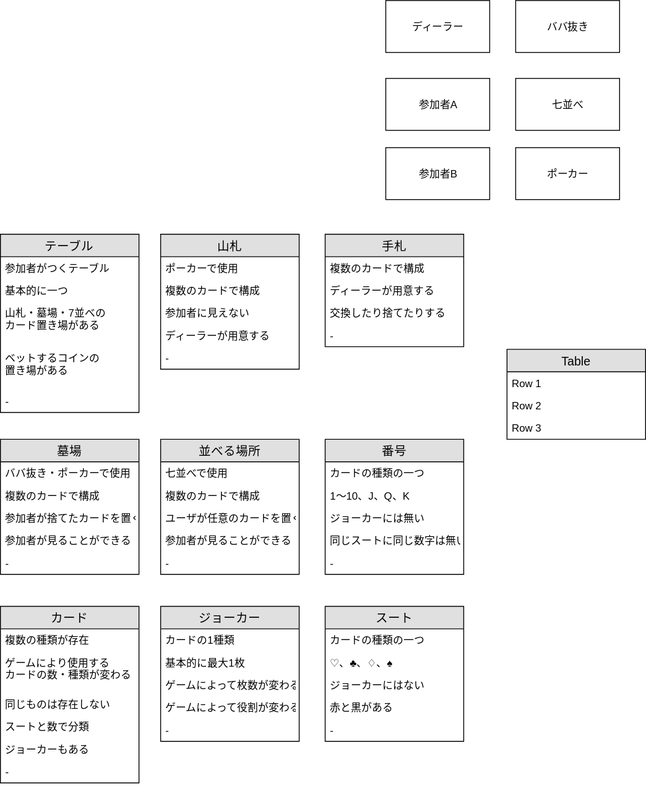
This is image3.svg from sakurazuka/oop-practice002, a draw.io export, as it was before one commit. Source tidied: cells renumbered, new cells last; positions are measured from the earlier drawing's top-left corner, leaving out a move shared by most shapes.
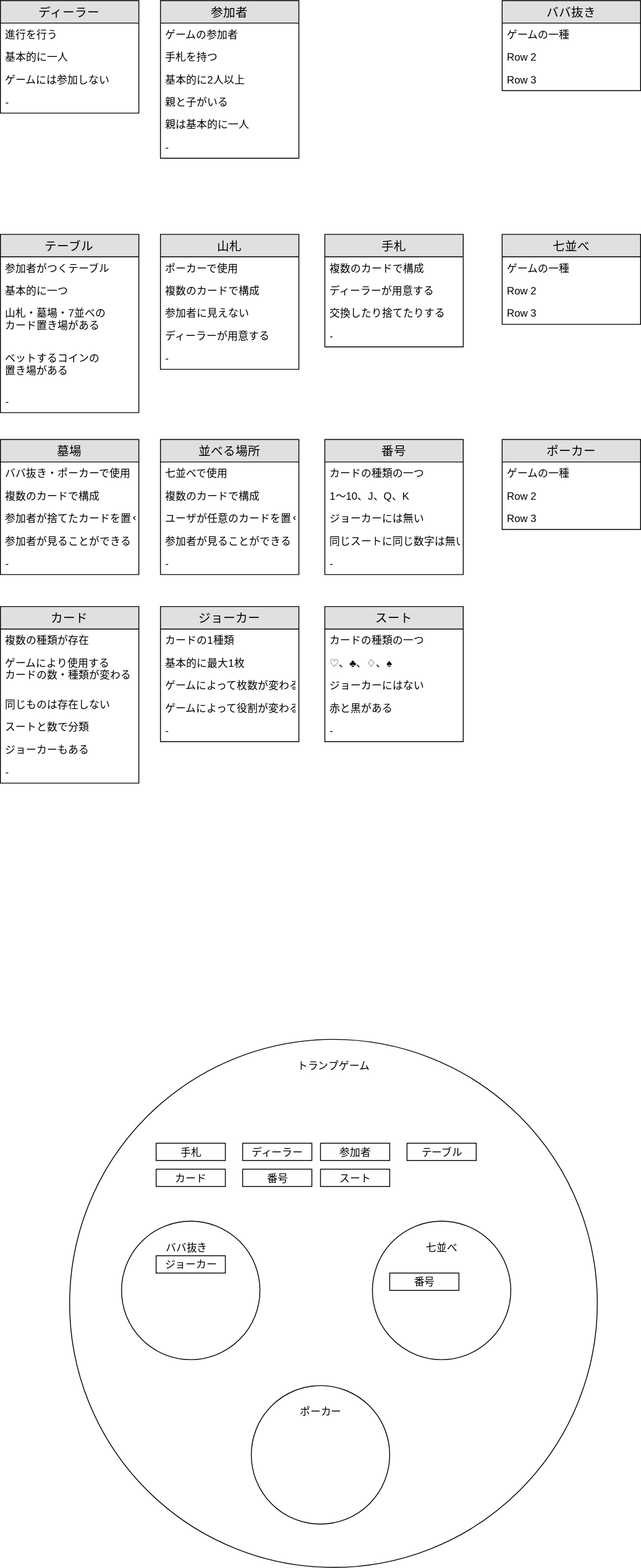
The same diagram one commit later.

Diff of the diagram source:
```diff
@@ -4,17 +4,5 @@
     <mxCell id="1" parent="0" />
-    <mxCell id="2" value="参加者A" style="rounded=0;whiteSpace=wrap;html=1;" parent="1" vertex="1">
-      <mxGeometry x="445" y="90" width="120" height="60" as="geometry" />
-    </mxCell>
-    <mxCell id="3" value="ディーラー" style="rounded=0;whiteSpace=wrap;html=1;" parent="1" vertex="1">
-      <mxGeometry x="445" width="120" height="60" as="geometry" />
-    </mxCell>
-    <mxCell id="4" value="ババ抜き" style="rounded=0;whiteSpace=wrap;html=1;" parent="1" vertex="1">
-      <mxGeometry x="595" width="120" height="60" as="geometry" />
-    </mxCell>
-    <mxCell id="5" value="七並べ" style="rounded=0;whiteSpace=wrap;html=1;" parent="1" vertex="1">
-      <mxGeometry x="595" y="90" width="120" height="60" as="geometry" />
-    </mxCell>
-    <mxCell id="6" value="参加者B" style="rounded=0;whiteSpace=wrap;html=1;" parent="1" vertex="1">
-      <mxGeometry x="445" y="170" width="120" height="60" as="geometry" />
-    </mxCell>
+    <mxCell id="66" style="ellipse;whiteSpace=wrap;html=1;" parent="1" vertex="1">
+      <mxGeometry x="80" y="1200" width="610" height="610" as="geometry" />
+    </mxCell>
     <mxCell id="7" value="テーブル" style="swimlane;fontStyle=0;horizontal=1;startSize=26;fillColor=#e0e0e0;swimlaneFillColor=#ffffff;align=center;fontSize=14;" parent="1" vertex="1">
@@ -64,5 +52,5 @@
     </mxCell>
-    <mxCell id="22" value="複数のカードで構成" style="text;strokeColor=none;fillColor=none;spacingLeft=4;spacingRight=4;overflow=hidden;fontSize=12;" parent="20" vertex="1">
-      <mxGeometry y="52" width="160" height="26" as="geometry" />
-    </mxCell>
+    <mxCell id="67" value="複数のカードで構成" style="text;strokeColor=none;fillColor=none;spacingLeft=4;spacingRight=4;overflow=hidden;fontSize=12;" parent="20" vertex="1">
+      <mxGeometry y="52" width="160" height="26" as="geometry" />
+    </mxCell>
     <mxCell id="23" value="参加者に見えない" style="text;strokeColor=none;fillColor=none;spacingLeft=4;spacingRight=4;overflow=hidden;fontSize=12;" parent="20" vertex="1">
@@ -73,8 +61,5 @@
     </mxCell>
-    <mxCell id="25" value="-" style="text;strokeColor=none;fillColor=none;spacingLeft=4;spacingRight=4;overflow=hidden;fontSize=12;" parent="20" vertex="1">
-      <mxGeometry y="130" width="160" height="26" as="geometry" />
-    </mxCell>
-    <mxCell id="26" value="ポーカー" style="rounded=0;whiteSpace=wrap;html=1;" parent="1" vertex="1">
-      <mxGeometry x="595" y="170" width="120" height="60" as="geometry" />
-    </mxCell>
+    <mxCell id="68" value="-" style="text;strokeColor=none;fillColor=none;spacingLeft=4;spacingRight=4;overflow=hidden;fontSize=12;" parent="20" vertex="1">
+      <mxGeometry y="130" width="160" height="26" as="geometry" />
+    </mxCell>
     <mxCell id="27" value="墓場" style="swimlane;fontStyle=0;horizontal=1;startSize=26;fillColor=#e0e0e0;swimlaneFillColor=#ffffff;align=center;fontSize=14;" parent="1" vertex="1">
@@ -85,5 +70,5 @@
     </mxCell>
-    <mxCell id="29" value="複数のカードで構成" style="text;strokeColor=none;fillColor=none;spacingLeft=4;spacingRight=4;overflow=hidden;fontSize=12;" parent="27" vertex="1">
-      <mxGeometry y="52" width="160" height="26" as="geometry" />
-    </mxCell>
+    <mxCell id="69" value="複数のカードで構成" style="text;strokeColor=none;fillColor=none;spacingLeft=4;spacingRight=4;overflow=hidden;fontSize=12;" parent="27" vertex="1">
+      <mxGeometry y="52" width="160" height="26" as="geometry" />
+    </mxCell>
     <mxCell id="30" value="参加者が捨てたカードを置く" style="text;strokeColor=none;fillColor=none;spacingLeft=4;spacingRight=4;overflow=hidden;fontSize=12;" parent="27" vertex="1">
@@ -91,8 +76,8 @@
     </mxCell>
-    <mxCell id="31" value="参加者が見ることができる" style="text;strokeColor=none;fillColor=none;spacingLeft=4;spacingRight=4;overflow=hidden;fontSize=12;" parent="27" vertex="1">
-      <mxGeometry y="104" width="160" height="26" as="geometry" />
-    </mxCell>
-    <mxCell id="32" value="-" style="text;strokeColor=none;fillColor=none;spacingLeft=4;spacingRight=4;overflow=hidden;fontSize=12;" parent="27" vertex="1">
-      <mxGeometry y="130" width="160" height="26" as="geometry" />
-    </mxCell>
+    <mxCell id="70" value="参加者が見ることができる" style="text;strokeColor=none;fillColor=none;spacingLeft=4;spacingRight=4;overflow=hidden;fontSize=12;" parent="27" vertex="1">
+      <mxGeometry y="104" width="160" height="26" as="geometry" />
+    </mxCell>
+    <mxCell id="71" value="-" style="text;strokeColor=none;fillColor=none;spacingLeft=4;spacingRight=4;overflow=hidden;fontSize=12;" parent="27" vertex="1">
+      <mxGeometry y="130" width="160" height="26" as="geometry" />
+    </mxCell>
     <mxCell id="33" value="並べる場所" style="swimlane;fontStyle=0;horizontal=1;startSize=26;fillColor=#e0e0e0;swimlaneFillColor=#ffffff;align=center;fontSize=14;" parent="1" vertex="1">
@@ -103,5 +88,5 @@
     </mxCell>
-    <mxCell id="35" value="複数のカードで構成" style="text;strokeColor=none;fillColor=none;spacingLeft=4;spacingRight=4;overflow=hidden;fontSize=12;" parent="33" vertex="1">
-      <mxGeometry y="52" width="160" height="26" as="geometry" />
-    </mxCell>
+    <mxCell id="72" value="複数のカードで構成" style="text;strokeColor=none;fillColor=none;spacingLeft=4;spacingRight=4;overflow=hidden;fontSize=12;" parent="33" vertex="1">
+      <mxGeometry y="52" width="160" height="26" as="geometry" />
+    </mxCell>
     <mxCell id="36" value="ユーザが任意のカードを置く" style="text;strokeColor=none;fillColor=none;spacingLeft=4;spacingRight=4;overflow=hidden;fontSize=12;" parent="33" vertex="1">
@@ -109,20 +94,20 @@
     </mxCell>
-    <mxCell id="37" value="参加者が見ることができる" style="text;strokeColor=none;fillColor=none;spacingLeft=4;spacingRight=4;overflow=hidden;fontSize=12;" parent="33" vertex="1">
-      <mxGeometry y="104" width="160" height="26" as="geometry" />
-    </mxCell>
-    <mxCell id="38" value="-" style="text;strokeColor=none;fillColor=none;spacingLeft=4;spacingRight=4;overflow=hidden;fontSize=12;" parent="33" vertex="1">
-      <mxGeometry y="130" width="160" height="26" as="geometry" />
-    </mxCell>
-    <mxCell id="39" value="Table" style="swimlane;fontStyle=0;horizontal=1;startSize=26;fillColor=#e0e0e0;swimlaneFillColor=#ffffff;align=center;fontSize=14;" parent="1" vertex="1">
-      <mxGeometry x="585" y="403" width="160" height="104" as="geometry" />
-    </mxCell>
-    <mxCell id="40" value="Row 1" style="text;strokeColor=none;fillColor=none;spacingLeft=4;spacingRight=4;overflow=hidden;fontSize=12;" parent="39" vertex="1">
-      <mxGeometry y="26" width="160" height="26" as="geometry" />
-    </mxCell>
-    <mxCell id="41" value="Row 2" style="text;strokeColor=none;fillColor=none;spacingLeft=4;spacingRight=4;overflow=hidden;fontSize=12;" parent="39" vertex="1">
-      <mxGeometry y="52" width="160" height="26" as="geometry" />
-    </mxCell>
-    <mxCell id="42" value="Row 3" style="text;strokeColor=none;fillColor=none;spacingLeft=4;spacingRight=4;overflow=hidden;fontSize=12;" parent="39" vertex="1">
-      <mxGeometry y="78" width="160" height="26" as="geometry" />
-    </mxCell>
+    <mxCell id="73" value="参加者が見ることができる" style="text;strokeColor=none;fillColor=none;spacingLeft=4;spacingRight=4;overflow=hidden;fontSize=12;" parent="33" vertex="1">
+      <mxGeometry y="104" width="160" height="26" as="geometry" />
+    </mxCell>
+    <mxCell id="74" value="-" style="text;strokeColor=none;fillColor=none;spacingLeft=4;spacingRight=4;overflow=hidden;fontSize=12;" parent="33" vertex="1">
+      <mxGeometry y="130" width="160" height="26" as="geometry" />
+    </mxCell>
+    <mxCell id="75" value="ポーカー" style="swimlane;fontStyle=0;horizontal=1;startSize=26;fillColor=#e0e0e0;swimlaneFillColor=#ffffff;align=center;fontSize=14;" parent="1" vertex="1">
+      <mxGeometry x="580" y="507" width="160" height="104" as="geometry" />
+    </mxCell>
+    <mxCell id="76" value="ゲームの一種" style="text;strokeColor=none;fillColor=none;spacingLeft=4;spacingRight=4;overflow=hidden;fontSize=12;" parent="75" vertex="1">
+      <mxGeometry y="26" width="160" height="26" as="geometry" />
+    </mxCell>
+    <mxCell id="77" value="Row 2" style="text;strokeColor=none;fillColor=none;spacingLeft=4;spacingRight=4;overflow=hidden;fontSize=12;" parent="75" vertex="1">
+      <mxGeometry y="52" width="160" height="26" as="geometry" />
+    </mxCell>
+    <mxCell id="78" value="Row 3" style="text;strokeColor=none;fillColor=none;spacingLeft=4;spacingRight=4;overflow=hidden;fontSize=12;" parent="75" vertex="1">
+      <mxGeometry y="78" width="160" height="26" as="geometry" />
+    </mxCell>
     <mxCell id="43" value="手札" style="swimlane;fontStyle=0;horizontal=1;startSize=26;fillColor=#e0e0e0;swimlaneFillColor=#ffffff;align=center;fontSize=14;" parent="1" vertex="1">
@@ -139,5 +124,5 @@
     </mxCell>
-    <mxCell id="47" value="-" style="text;strokeColor=none;fillColor=none;spacingLeft=4;spacingRight=4;overflow=hidden;fontSize=12;" parent="43" vertex="1">
-      <mxGeometry y="104" width="160" height="26" as="geometry" />
-    </mxCell>
+    <mxCell id="79" value="-" style="text;strokeColor=none;fillColor=none;spacingLeft=4;spacingRight=4;overflow=hidden;fontSize=12;" parent="43" vertex="1">
+      <mxGeometry y="104" width="160" height="26" as="geometry" />
+    </mxCell>
     <mxCell id="48" value="ジョーカー" style="swimlane;fontStyle=0;horizontal=1;startSize=26;fillColor=#e0e0e0;swimlaneFillColor=#ffffff;align=center;fontSize=14;" parent="1" vertex="1">
@@ -157,5 +142,5 @@
     </mxCell>
-    <mxCell id="53" value="-" style="text;strokeColor=none;fillColor=none;spacingLeft=4;spacingRight=4;overflow=hidden;fontSize=12;" parent="48" vertex="1">
-      <mxGeometry y="130" width="160" height="26" as="geometry" />
-    </mxCell>
+    <mxCell id="80" value="-" style="text;strokeColor=none;fillColor=none;spacingLeft=4;spacingRight=4;overflow=hidden;fontSize=12;" parent="48" vertex="1">
+      <mxGeometry y="130" width="160" height="26" as="geometry" />
+    </mxCell>
     <mxCell id="54" value="番号" style="swimlane;fontStyle=0;horizontal=1;startSize=26;fillColor=#e0e0e0;swimlaneFillColor=#ffffff;align=center;fontSize=14;" parent="1" vertex="1">
@@ -163,5 +148,5 @@
     </mxCell>
-    <mxCell id="55" value="カードの種類の一つ" style="text;strokeColor=none;fillColor=none;spacingLeft=4;spacingRight=4;overflow=hidden;fontSize=12;" parent="54" vertex="1">
-      <mxGeometry y="26" width="160" height="26" as="geometry" />
-    </mxCell>
+    <mxCell id="81" value="カードの種類の一つ" style="text;strokeColor=none;fillColor=none;spacingLeft=4;spacingRight=4;overflow=hidden;fontSize=12;" parent="54" vertex="1">
+      <mxGeometry y="26" width="160" height="26" as="geometry" />
+    </mxCell>
     <mxCell id="56" value="1〜10、J、Q、K" style="text;strokeColor=none;fillColor=none;spacingLeft=4;spacingRight=4;overflow=hidden;fontSize=12;" parent="54" vertex="1">
@@ -175,5 +160,5 @@
     </mxCell>
-    <mxCell id="59" value="-" style="text;strokeColor=none;fillColor=none;spacingLeft=4;spacingRight=4;overflow=hidden;fontSize=12;" parent="54" vertex="1">
-      <mxGeometry y="130" width="160" height="26" as="geometry" />
-    </mxCell>
+    <mxCell id="82" value="-" style="text;strokeColor=none;fillColor=none;spacingLeft=4;spacingRight=4;overflow=hidden;fontSize=12;" parent="54" vertex="1">
+      <mxGeometry y="130" width="160" height="26" as="geometry" />
+    </mxCell>
     <mxCell id="60" value="スート" style="swimlane;fontStyle=0;horizontal=1;startSize=26;fillColor=#e0e0e0;swimlaneFillColor=#ffffff;align=center;fontSize=14;" parent="1" vertex="1">
@@ -181,5 +166,5 @@
     </mxCell>
-    <mxCell id="61" value="カードの種類の一つ" style="text;strokeColor=none;fillColor=none;spacingLeft=4;spacingRight=4;overflow=hidden;fontSize=12;" parent="60" vertex="1">
-      <mxGeometry y="26" width="160" height="26" as="geometry" />
-    </mxCell>
+    <mxCell id="83" value="カードの種類の一つ" style="text;strokeColor=none;fillColor=none;spacingLeft=4;spacingRight=4;overflow=hidden;fontSize=12;" parent="60" vertex="1">
+      <mxGeometry y="26" width="160" height="26" as="geometry" />
+    </mxCell>
     <mxCell id="62" value="♡、♣、♢、♠" style="text;strokeColor=none;fillColor=none;spacingLeft=4;spacingRight=4;overflow=hidden;fontSize=12;" parent="60" vertex="1">
@@ -193,5 +178,113 @@
     </mxCell>
-    <mxCell id="65" value="-" style="text;strokeColor=none;fillColor=none;spacingLeft=4;spacingRight=4;overflow=hidden;fontSize=12;" parent="60" vertex="1">
-      <mxGeometry y="130" width="160" height="26" as="geometry" />
-    </mxCell>
+    <mxCell id="84" value="-" style="text;strokeColor=none;fillColor=none;spacingLeft=4;spacingRight=4;overflow=hidden;fontSize=12;" parent="60" vertex="1">
+      <mxGeometry y="130" width="160" height="26" as="geometry" />
+    </mxCell>
+    <mxCell id="85" value="ディーラー" style="swimlane;fontStyle=0;horizontal=1;startSize=26;fillColor=#e0e0e0;swimlaneFillColor=#ffffff;align=center;fontSize=14;" parent="1" vertex="1">
+      <mxGeometry width="160" height="130" as="geometry" />
+    </mxCell>
+    <mxCell id="86" value="進行を行う" style="text;strokeColor=none;fillColor=none;spacingLeft=4;spacingRight=4;overflow=hidden;fontSize=12;" parent="85" vertex="1">
+      <mxGeometry y="26" width="160" height="26" as="geometry" />
+    </mxCell>
+    <mxCell id="87" value="基本的に一人" style="text;strokeColor=none;fillColor=none;spacingLeft=4;spacingRight=4;overflow=hidden;fontSize=12;" parent="85" vertex="1">
+      <mxGeometry y="52" width="160" height="26" as="geometry" />
+    </mxCell>
+    <mxCell id="88" value="ゲームには参加しない" style="text;strokeColor=none;fillColor=none;spacingLeft=4;spacingRight=4;overflow=hidden;fontSize=12;" parent="85" vertex="1">
+      <mxGeometry y="78" width="160" height="26" as="geometry" />
+    </mxCell>
+    <mxCell id="89" value="-" style="text;strokeColor=none;fillColor=none;spacingLeft=4;spacingRight=4;overflow=hidden;fontSize=12;" parent="85" vertex="1">
+      <mxGeometry y="104" width="160" height="26" as="geometry" />
+    </mxCell>
+    <mxCell id="90" value="参加者" style="swimlane;fontStyle=0;horizontal=1;startSize=26;fillColor=#e0e0e0;swimlaneFillColor=#ffffff;align=center;fontSize=14;" parent="1" vertex="1">
+      <mxGeometry x="185" width="160" height="182" as="geometry" />
+    </mxCell>
+    <mxCell id="91" value="ゲームの参加者" style="text;strokeColor=none;fillColor=none;spacingLeft=4;spacingRight=4;overflow=hidden;fontSize=12;" parent="90" vertex="1">
+      <mxGeometry y="26" width="160" height="26" as="geometry" />
+    </mxCell>
+    <mxCell id="92" value="手札を持つ" style="text;strokeColor=none;fillColor=none;spacingLeft=4;spacingRight=4;overflow=hidden;fontSize=12;" parent="90" vertex="1">
+      <mxGeometry y="52" width="160" height="26" as="geometry" />
+    </mxCell>
+    <mxCell id="93" value="基本的に2人以上" style="text;strokeColor=none;fillColor=none;spacingLeft=4;spacingRight=4;overflow=hidden;fontSize=12;" parent="90" vertex="1">
+      <mxGeometry y="78" width="160" height="26" as="geometry" />
+    </mxCell>
+    <mxCell id="94" value="親と子がいる" style="text;strokeColor=none;fillColor=none;spacingLeft=4;spacingRight=4;overflow=hidden;fontSize=12;" parent="90" vertex="1">
+      <mxGeometry y="104" width="160" height="26" as="geometry" />
+    </mxCell>
+    <mxCell id="95" value="親は基本的に一人" style="text;strokeColor=none;fillColor=none;spacingLeft=4;spacingRight=4;overflow=hidden;fontSize=12;" parent="90" vertex="1">
+      <mxGeometry y="130" width="160" height="26" as="geometry" />
+    </mxCell>
+    <mxCell id="96" value="-" style="text;strokeColor=none;fillColor=none;spacingLeft=4;spacingRight=4;overflow=hidden;fontSize=12;" parent="90" vertex="1">
+      <mxGeometry y="156" width="160" height="26" as="geometry" />
+    </mxCell>
+    <mxCell id="97" value="ババ抜き" style="swimlane;fontStyle=0;horizontal=1;startSize=26;fillColor=#e0e0e0;swimlaneFillColor=#ffffff;align=center;fontSize=14;" parent="1" vertex="1">
+      <mxGeometry x="580" width="160" height="104" as="geometry" />
+    </mxCell>
+    <mxCell id="98" value="ゲームの一種" style="text;strokeColor=none;fillColor=none;spacingLeft=4;spacingRight=4;overflow=hidden;fontSize=12;" parent="97" vertex="1">
+      <mxGeometry y="26" width="160" height="26" as="geometry" />
+    </mxCell>
+    <mxCell id="99" value="Row 2" style="text;strokeColor=none;fillColor=none;spacingLeft=4;spacingRight=4;overflow=hidden;fontSize=12;" parent="97" vertex="1">
+      <mxGeometry y="52" width="160" height="26" as="geometry" />
+    </mxCell>
+    <mxCell id="100" value="Row 3" style="text;strokeColor=none;fillColor=none;spacingLeft=4;spacingRight=4;overflow=hidden;fontSize=12;" parent="97" vertex="1">
+      <mxGeometry y="78" width="160" height="26" as="geometry" />
+    </mxCell>
+    <mxCell id="101" value="七並べ" style="swimlane;fontStyle=0;horizontal=1;startSize=26;fillColor=#e0e0e0;swimlaneFillColor=#ffffff;align=center;fontSize=14;" parent="1" vertex="1">
+      <mxGeometry x="580" y="270" width="160" height="104" as="geometry" />
+    </mxCell>
+    <mxCell id="102" value="ゲームの一種" style="text;strokeColor=none;fillColor=none;spacingLeft=4;spacingRight=4;overflow=hidden;fontSize=12;" parent="101" vertex="1">
+      <mxGeometry y="26" width="160" height="26" as="geometry" />
+    </mxCell>
+    <mxCell id="103" value="Row 2" style="text;strokeColor=none;fillColor=none;spacingLeft=4;spacingRight=4;overflow=hidden;fontSize=12;" parent="101" vertex="1">
+      <mxGeometry y="52" width="160" height="26" as="geometry" />
+    </mxCell>
+    <mxCell id="104" value="Row 3" style="text;strokeColor=none;fillColor=none;spacingLeft=4;spacingRight=4;overflow=hidden;fontSize=12;" parent="101" vertex="1">
+      <mxGeometry y="78" width="160" height="26" as="geometry" />
+    </mxCell>
+    <mxCell id="105" value="トランプゲーム" style="text;html=1;strokeColor=none;fillColor=none;align=center;verticalAlign=middle;whiteSpace=wrap;rounded=0;" parent="1" vertex="1">
+      <mxGeometry x="335" y="1220" width="100" height="20" as="geometry" />
+    </mxCell>
+    <mxCell id="106" value="手札" style="rounded=0;whiteSpace=wrap;html=1;" parent="1" vertex="1">
+      <mxGeometry x="180" y="1320" width="80" height="20" as="geometry" />
+    </mxCell>
+    <mxCell id="3" value="ディーラー" style="rounded=0;whiteSpace=wrap;html=1;" parent="1" vertex="1">
+      <mxGeometry x="280" y="1320" width="80" height="20" as="geometry" />
+    </mxCell>
+    <mxCell id="107" value="参加者" style="rounded=0;whiteSpace=wrap;html=1;" parent="1" vertex="1">
+      <mxGeometry x="370" y="1320" width="80" height="20" as="geometry" />
+    </mxCell>
+    <mxCell id="108" value="テーブル" style="rounded=0;whiteSpace=wrap;html=1;" parent="1" vertex="1">
+      <mxGeometry x="470" y="1320" width="80" height="20" as="geometry" />
+    </mxCell>
+    <mxCell id="109" value="カード" style="rounded=0;whiteSpace=wrap;html=1;" parent="1" vertex="1">
+      <mxGeometry x="180" y="1350" width="80" height="20" as="geometry" />
+    </mxCell>
+    <mxCell id="110" value="番号" style="rounded=0;whiteSpace=wrap;html=1;" parent="1" vertex="1">
+      <mxGeometry x="280" y="1350" width="80" height="20" as="geometry" />
+    </mxCell>
+    <mxCell id="111" value="スート" style="rounded=0;whiteSpace=wrap;html=1;" parent="1" vertex="1">
+      <mxGeometry x="370" y="1350" width="80" height="20" as="geometry" />
+    </mxCell>
+    <mxCell id="112" style="ellipse;whiteSpace=wrap;html=1;" parent="1" vertex="1">
+      <mxGeometry x="140" y="1410" width="160" height="160" as="geometry" />
+    </mxCell>
+    <mxCell id="113" style="ellipse;whiteSpace=wrap;html=1;" parent="1" vertex="1">
+      <mxGeometry x="430" y="1410" width="160" height="160" as="geometry" />
+    </mxCell>
+    <mxCell id="114" style="ellipse;whiteSpace=wrap;html=1;" parent="1" vertex="1">
+      <mxGeometry x="290" y="1600" width="160" height="160" as="geometry" />
+    </mxCell>
+    <mxCell id="115" value="ババ抜き" style="text;html=1;strokeColor=none;fillColor=none;align=center;verticalAlign=middle;whiteSpace=wrap;rounded=0;" parent="1" vertex="1">
+      <mxGeometry x="165" y="1430" width="100" height="20" as="geometry" />
+    </mxCell>
+    <mxCell id="116" value="七並べ" style="text;html=1;strokeColor=none;fillColor=none;align=center;verticalAlign=middle;whiteSpace=wrap;rounded=0;" parent="1" vertex="1">
+      <mxGeometry x="460" y="1430" width="100" height="20" as="geometry" />
+    </mxCell>
+    <mxCell id="117" value="ポーカー" style="text;html=1;strokeColor=none;fillColor=none;align=center;verticalAlign=middle;whiteSpace=wrap;rounded=0;" parent="1" vertex="1">
+      <mxGeometry x="320" y="1620" width="100" height="20" as="geometry" />
+    </mxCell>
+    <mxCell id="118" value="番号" style="rounded=0;whiteSpace=wrap;html=1;" parent="1" vertex="1">
+      <mxGeometry x="450" y="1470" width="80" height="20" as="geometry" />
+    </mxCell>
+    <mxCell id="119" value="ジョーカー" style="rounded=0;whiteSpace=wrap;html=1;" parent="1" vertex="1">
+      <mxGeometry x="180" y="1450" width="80" height="20" as="geometry" />
+    </mxCell>
   </root>
```
